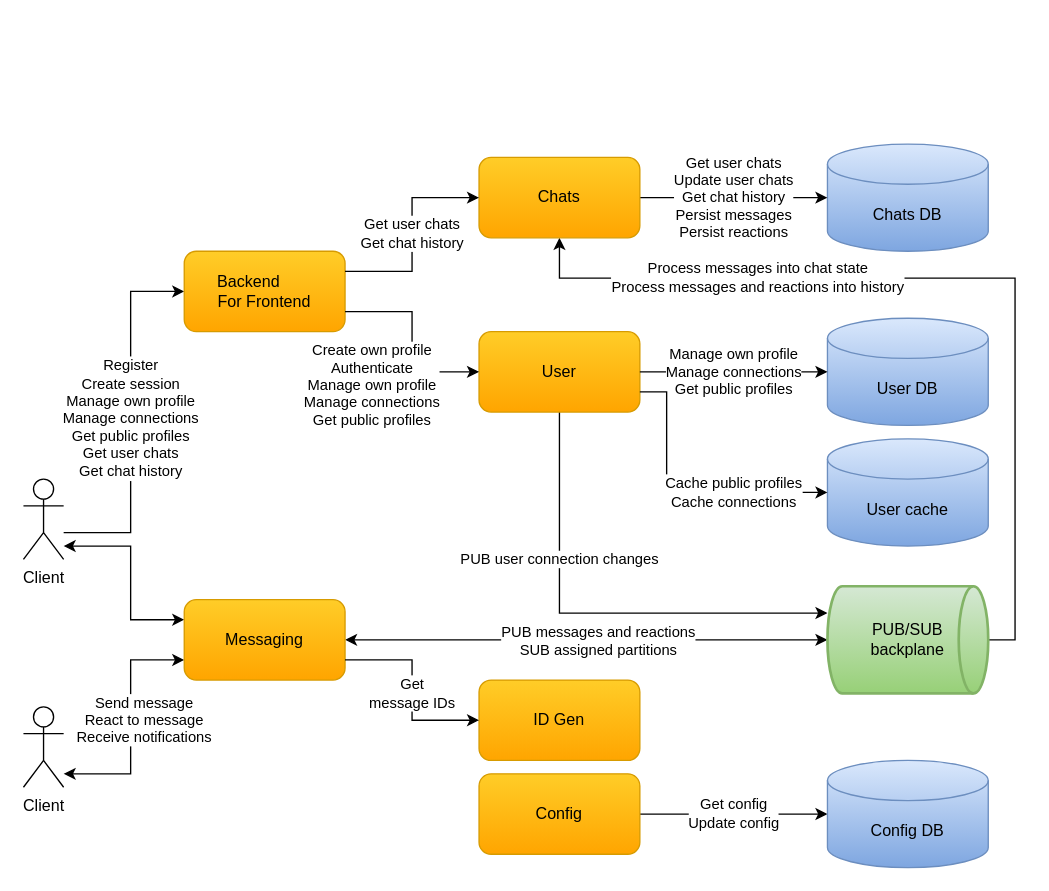
Before: docs/diagrams/cecochat-overall.drawio in cvetomir-todorov/CecoChat, a draw.io diagram. Source tidied: cells renumbered, new cells numbered last; positions are measured from the earlier drawing's top-left corner, leaving out a move shared by most shapes. Both pictures are drawn from the tidied source at 134%, with x=0, y=0 at pixel (23, 143).
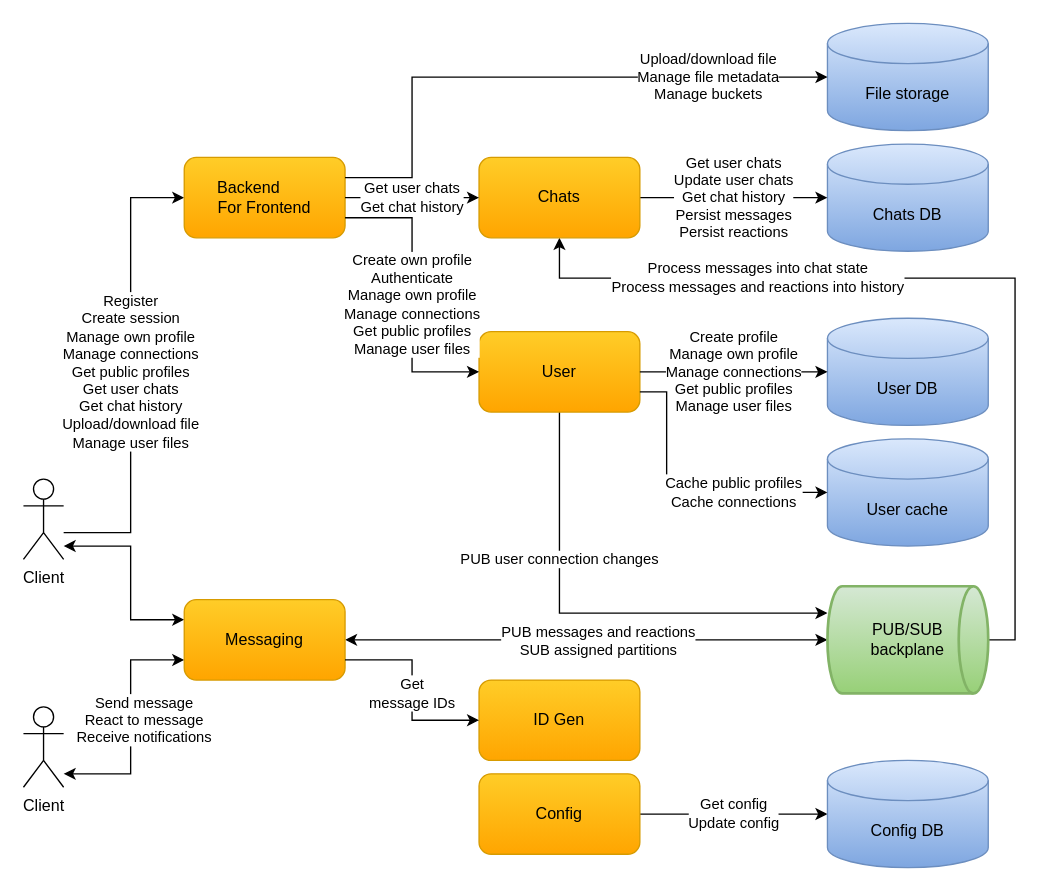
The same diagram, later.

Commit message (it also covers changes not shown here):
Update diagrams and diagram images to include file storage and related operations

The change refers to these unchanged cells:
```xml
<mxCell id="4" value="Client" style="shape=umlActor;verticalLabelPosition=bottom;verticalAlign=top;html=1;outlineConnect=0;" parent="1" vertex="1">
  <mxGeometry y="250" width="30" height="60" as="geometry" />
</mxCell>
<mxCell id="16" value="&lt;font style=&quot;font-size: 12px&quot;&gt;Chats&lt;/font&gt;" style="rounded=1;whiteSpace=wrap;html=1;gradientColor=#ffa500;fillColor=#ffcd28;strokeColor=#d79b00;" parent="1" vertex="1">
  <mxGeometry x="340" y="10" width="120" height="60" as="geometry" />
</mxCell>
<mxCell id="22" value="&lt;font style=&quot;font-size: 12px&quot;&gt;User&lt;/font&gt;" style="rounded=1;whiteSpace=wrap;html=1;gradientColor=#ffa500;fillColor=#ffcd28;strokeColor=#d79b00;" parent="1" vertex="1">
  <mxGeometry x="340" y="140" width="120" height="60" as="geometry" />
</mxCell>
<mxCell id="23" value="User DB" style="shape=cylinder3;whiteSpace=wrap;html=1;boundedLbl=1;backgroundOutline=1;size=15;gradientColor=#7ea6e0;fillColor=#dae8fc;strokeColor=#6c8ebf;" parent="1" vertex="1">
  <mxGeometry x="600" y="130" width="120" height="80" as="geometry" />
</mxCell>
```

The edit, as a diff of the source:
```diff
@@
-    <mxCell id="3" value="Register&lt;br&gt;Create session&lt;br&gt;Manage own&amp;nbsp;profile&lt;br&gt;Manage connections&lt;br&gt;Get public profiles&lt;br style=&quot;border-color: var(--border-color);&quot;&gt;Get user chats&lt;br&gt;Get chat history" style="edgeStyle=orthogonalEdgeStyle;rounded=0;jettySize=auto;html=1;entryX=0;entryY=0.5;entryDx=0;entryDy=0;" parent="1" edge="1" source="4" target="19">
+    <mxCell id="3" value="Register&lt;br&gt;Create session&lt;br&gt;Manage own&amp;nbsp;profile&lt;br&gt;Manage connections&lt;br&gt;Get public profiles&lt;br style=&quot;border-color: var(--border-color);&quot;&gt;Get user chats&lt;br&gt;Get chat history&lt;br&gt;Upload/download file&lt;br&gt;Manage user files" style="edgeStyle=orthogonalEdgeStyle;rounded=0;jettySize=auto;html=1;entryX=0;entryY=0.5;entryDx=0;entryDy=0;" parent="1" edge="1" source="4" target="19">
       <mxGeometry relative="1" as="geometry">
         <Array as="points">
           <mxPoint x="80" y="290" />
-          <mxPoint x="80" y="110" />
+          <mxPoint x="80" y="40" />
         </Array>
       </mxGeometry>
     </mxCell>
@@
     <mxCell id="19" value="&lt;font style=&quot;font-size: 12px&quot;&gt;Backend&amp;nbsp; &amp;nbsp; &amp;nbsp; &amp;nbsp;&lt;br&gt;For Frontend&lt;/font&gt;" style="rounded=1;whiteSpace=wrap;html=1;gradientColor=#ffa500;fillColor=#ffcd28;strokeColor=#d79b00;" parent="1" vertex="1">
-      <mxGeometry x="120" y="80" width="120" height="60" as="geometry" />
+      <mxGeometry x="120" y="10" width="120" height="60" as="geometry" />
     </mxCell>
-    <mxCell id="20" value="Get user chats&lt;br&gt;Get chat history" style="endArrow=classic;html=1;exitX=1;exitY=0.25;exitDx=0;exitDy=0;entryX=0;entryY=0.5;entryDx=0;entryDy=0;rounded=0;edgeStyle=orthogonalEdgeStyle;" parent="1" edge="1" source="19" target="16">
+    <mxCell id="20" value="Get user chats&lt;br&gt;Get chat history" style="endArrow=classic;html=1;exitX=1;exitY=0.5;exitDx=0;exitDy=0;entryX=0;entryY=0.5;entryDx=0;entryDy=0;rounded=0;edgeStyle=orthogonalEdgeStyle;" parent="1" edge="1" source="19" target="16">
       <mxGeometry relative="1" as="geometry" />
     </mxCell>
@@
-    <mxCell id="24" value="&lt;font style=&quot;font-size: 11px&quot;&gt;Manage own profile&lt;br style=&quot;border-color: var(--border-color);&quot;&gt;Manage connections&lt;br&gt;Get public profiles&lt;br&gt;&lt;/font&gt;" style="rounded=0;jettySize=auto;html=1;entryX=0;entryY=0.5;entryDx=0;entryDy=0;entryPerimeter=0;startArrow=none;startFill=0;exitX=1;exitY=0.5;exitDx=0;exitDy=0;edgeStyle=orthogonalEdgeStyle;" parent="1" edge="1" source="22" target="23">
+    <mxCell id="24" value="&lt;font style=&quot;font-size: 11px&quot;&gt;Create profile&lt;br&gt;Manage own profile&lt;br style=&quot;border-color: var(--border-color);&quot;&gt;Manage connections&lt;br&gt;Get public profiles&lt;br&gt;Manage user files&lt;br&gt;&lt;/font&gt;" style="rounded=0;jettySize=auto;html=1;entryX=0;entryY=0.5;entryDx=0;entryDy=0;entryPerimeter=0;startArrow=none;startFill=0;exitX=1;exitY=0.5;exitDx=0;exitDy=0;edgeStyle=orthogonalEdgeStyle;" parent="1" edge="1" source="22" target="23">
       <mxGeometry relative="1" as="geometry" />
     </mxCell>
-    <mxCell id="25" value="Create own profile&lt;br style=&quot;border-color: var(--border-color);&quot;&gt;Authenticate&lt;br style=&quot;border-color: var(--border-color);&quot;&gt;Manage own profile&lt;br style=&quot;border-color: var(--border-color);&quot;&gt;Manage connections&lt;br&gt;Get public profiles" style="endArrow=classic;html=1;entryX=0;entryY=0.5;entryDx=0;entryDy=0;exitX=1;exitY=0.75;exitDx=0;exitDy=0;rounded=0;edgeStyle=orthogonalEdgeStyle;" parent="1" edge="1" source="19" target="22">
-      <mxGeometry x="0.31" y="-32" relative="1" as="geometry">
+    <mxCell id="25" value="Create own profile&lt;br style=&quot;border-color: var(--border-color);&quot;&gt;Authenticate&lt;br style=&quot;border-color: var(--border-color);&quot;&gt;Manage own profile&lt;br style=&quot;border-color: var(--border-color);&quot;&gt;Manage connections&lt;br&gt;Get public profiles&lt;br&gt;Manage user files" style="endArrow=classic;html=1;entryX=0;entryY=0.5;entryDx=0;entryDy=0;exitX=1;exitY=0.75;exitDx=0;exitDy=0;rounded=0;edgeStyle=orthogonalEdgeStyle;" parent="1" edge="1" source="19" target="22">
+      <mxGeometry x="0.07" relative="1" as="geometry">
         <Array as="points">
-          <mxPoint x="290" y="125" />
+          <mxPoint x="290" y="55" />
           <mxPoint x="290" y="170" />
         </Array>
-        <mxPoint x="-30" y="-22" as="offset" />
       </mxGeometry>
     </mxCell>
@@
+    <mxCell id="28" value="File storage" style="shape=cylinder3;whiteSpace=wrap;html=1;boundedLbl=1;backgroundOutline=1;size=15;gradientColor=#7ea6e0;fillColor=#dae8fc;strokeColor=#6c8ebf;" parent="1" vertex="1">
+      <mxGeometry x="600" y="-90" width="120" height="80" as="geometry" />
+    </mxCell>
+    <mxCell id="29" value="Upload/download file&lt;br&gt;Manage file metadata&lt;br&gt;Manage buckets" style="edgeStyle=orthogonalEdgeStyle;rounded=0;jettySize=auto;html=1;entryX=0;entryY=0.5;entryDx=0;entryDy=0;entryPerimeter=0;exitX=1;exitY=0.25;exitDx=0;exitDy=0;" parent="1" edge="1" source="19" target="28">
+      <mxGeometry x="0.59" relative="1" as="geometry">
+        <Array as="points">
+          <mxPoint x="290" y="25" />
+          <mxPoint x="290" y="-50" />
+        </Array>
+      </mxGeometry>
+    </mxCell>
```
